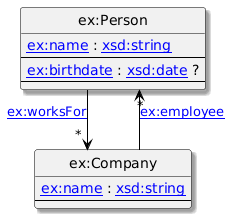
Before: rudof/out.png, a diagram exported from PlantUML (rudof-project/tutorials).
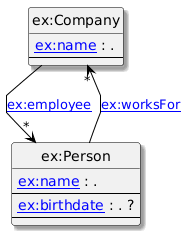
After the change.

Change to the diagram source:
```diff
@@ -1,20 +1,21 @@
 @startuml
 hide empty members
-skinparam linetype ortho
+top to bottom direction
+skinparam linetype polyline
 hide circles
 skinparam shadowing true
 skinparam class {
  BorderColor Black
  ArrowColor Black
 }
-class "ex:Person" as 1 <<(S,#FF7700)>> [[http://example.org/Person ex:Person]] {
-[[http://example.org/name ex:name]] : [[http://www.w3.org/2001/XMLSchema#string xsd:string]]
---
-[[http://example.org/birthdate ex:birthdate]] : [[http://www.w3.org/2001/XMLSchema#date xsd:date]] ?
+class "ex:Company" as 2 <<(S,#FF7700)>> [[http://example.org/Company ex:Company]] {
+[[http://example.org/name ex:name]] : .
 --
 }
-class "ex:Company" as 2 <<(S,#FF7700)>> [[http://example.org/Company ex:Company]] {
-[[http://example.org/name ex:name]] : [[http://www.w3.org/2001/XMLSchema#string xsd:string]]
+class "ex:Person" as 1 <<(S,#FF7700)>> [[http://example.org/Person ex:Person]] {
+[[http://example.org/name ex:name]] : .
+--
+[[http://example.org/birthdate ex:birthdate]] : . ?
 --
 }
 1 --> "*" 2 : [[http://example.org/worksFor ex:worksFor]]
```
